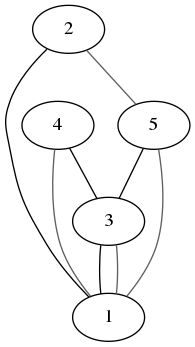
Above: grafosEgraficos/arvores/indtree.png in 300zeba/CTP-All (Graphviz), before the change. Its source is kept beside it as grafosEgraficos/arvores/indtree.gv. Its diagram source:
```dot
graph indtree{
rankdir=BT;
1 -- 2 [color=black];
1 -- 3 [color=black];
3 -- 4 [color=black];
3 -- 5 [color=black];
1 -- 4 [color=gray37];
1 -- 3 [color=gray37];
1 -- 5 [color=gray37];
5 -- 2 [color=gray37];
}
```
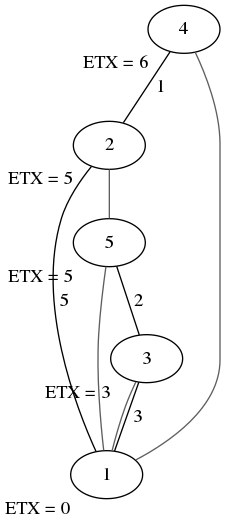
Above is the later version.

Change to the diagram source:
```diff
@@ -1,9 +1,17 @@
 graph indtree{
 rankdir=BT;
-1 -- 2 [color=black];
-1 -- 3 [color=black];
-3 -- 4 [color=black];
-3 -- 5 [color=black];
+1 [ xlabel="ETX = 0"];
+2 [ xlabel="ETX = 5"];
+3 [ xlabel="ETX = 3"];
+4 [ xlabel="ETX = 6"];
+5 [ xlabel="ETX = 5"];
+
+
+1 -- 2 [color=black, label=" 5"];
+1 -- 3 [color=black, label=" 3"];
+2 -- 4 [color=black, label=" 1"];
+3 -- 5 [color=black, label=" 2"];
+
 1 -- 4 [color=gray37];
 1 -- 3 [color=gray37];
 1 -- 5 [color=gray37];
```
